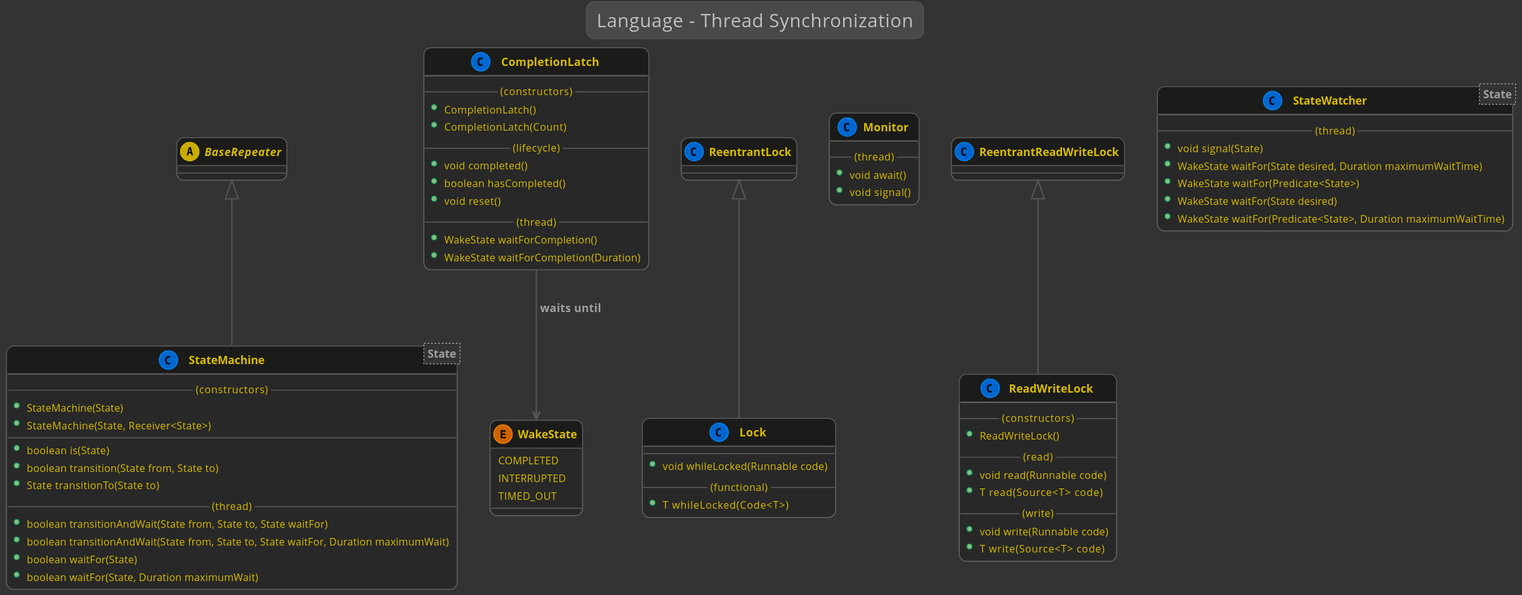
This is kivakit-core/kernel/documentation/diagrams/diagram-language-thread-synchronization.svg from Telenav/kivakit, a PlantUML export, as it was before one commit. Its diagram source:
```plantuml
@startuml

    !include ../lexakai/lexakai.theme

    title "Language - Thread Synchronization"

    abstract BaseRepeater

    CompletionLatch --> WakeState : "waits until"
    class CompletionLatch
    {
        --(constructors)--
        +CompletionLatch()
        +CompletionLatch(Count)
        --(lifecycle)--
        +void completed()
        +boolean hasCompleted()
        +void reset()
        --(thread)--
        +WakeState waitForCompletion()
        +WakeState waitForCompletion(Duration)
    }

    ReentrantLock <|-- Lock
    class Lock
    {
        --
        +void whileLocked(Runnable code)
        --(functional)--
        +T whileLocked(Code<T>)
    }

    class Monitor
    {
        --(thread)--
        +void await()
        +void signal()
    }

    ReentrantReadWriteLock <|-- ReadWriteLock
    class ReadWriteLock
    {
        --(constructors)--
        +ReadWriteLock()
        --(read)--
        +void read(Runnable code)
        +T read(Source<T> code)
        --(write)--
        +void write(Runnable code)
        +T write(Source<T> code)
    }

    BaseRepeater <|-- StateMachine
    class StateMachine<State>
    {
        --(constructors)--
        +StateMachine(State)
        +StateMachine(State, Receiver<State>)
        --
        +boolean is(State)
        +boolean transition(State from, State to)
        +State transitionTo(State to)
        --(thread)--
        +boolean transitionAndWait(State from, State to, State waitFor)
        +boolean transitionAndWait(State from, State to, State waitFor, Duration maximumWait)
        +boolean waitFor(State)
        +boolean waitFor(State, Duration maximumWait)
    }

    class StateWatcher<State>
    {
        --(thread)--
        +void signal(State)
        +WakeState waitFor(State desired, Duration maximumWaitTime)
        +WakeState waitFor(Predicate<State>)
        +WakeState waitFor(State desired)
        +WakeState waitFor(Predicate<State>, Duration maximumWaitTime)
    }

    enum WakeState
    {
        COMPLETED
        INTERRUPTED
        TIMED_OUT
    }

@enduml
```
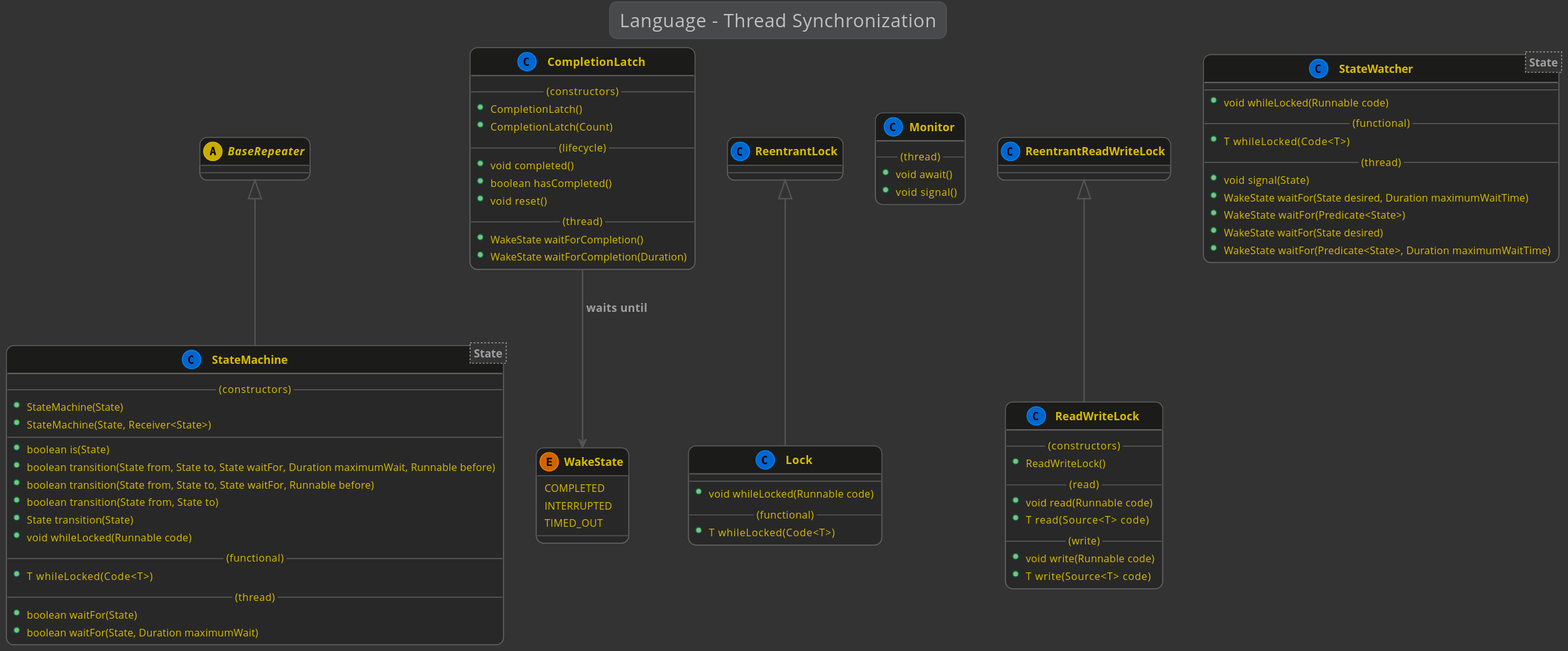
After the change.

What changed in the source:
```diff
@@ -58,17 +58,24 @@
         +StateMachine(State, Receiver<State>)
         --
         +boolean is(State)
+        +boolean transition(State from, State to, State waitFor, Duration maximumWait, Runnable before)
+        +boolean transition(State from, State to, State waitFor, Runnable before)
         +boolean transition(State from, State to)
-        +State transitionTo(State to)
+        +State transition(State)
+        +void whileLocked(Runnable code)
+        --(functional)--
+        +T whileLocked(Code<T>)
         --(thread)--
-        +boolean transitionAndWait(State from, State to, State waitFor)
-        +boolean transitionAndWait(State from, State to, State waitFor, Duration maximumWait)
         +boolean waitFor(State)
         +boolean waitFor(State, Duration maximumWait)
     }
 
     class StateWatcher<State>
     {
+        --
+        +void whileLocked(Runnable code)
+        --(functional)--
+        +T whileLocked(Code<T>)
         --(thread)--
         +void signal(State)
         +WakeState waitFor(State desired, Duration maximumWaitTime)
```
